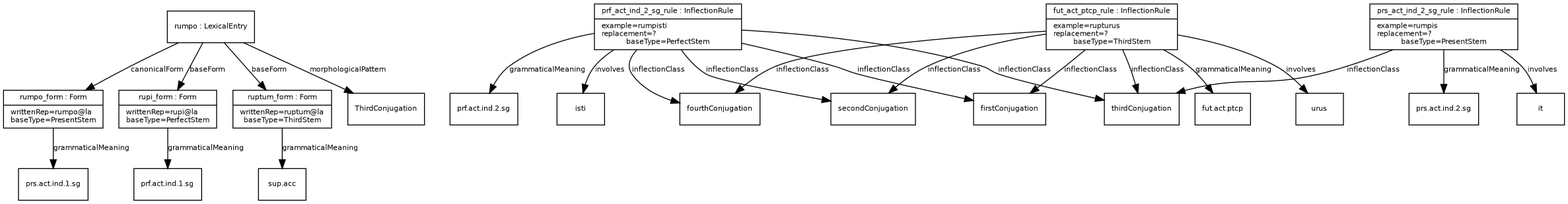
Above: examples/example_15.png in ontolex/morph (Graphviz), before the change. Its source is kept beside it as examples/example_15.dot.
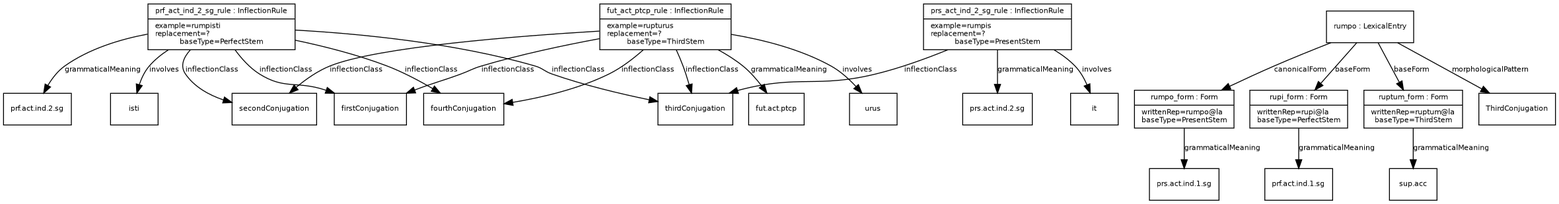
The same file after the commit.

Diff of the diagram source:
```diff
@@ -13,6 +13,28 @@
       fontsize = 8
     ]
 
+firstConjugation [ label="{firstConjugation}" ]
+prf_act_ind_2_sg_rule -> firstConjugation [ label="inflectionClass" ]
+secondConjugation [ label="{secondConjugation}" ]
+prf_act_ind_2_sg_rule -> secondConjugation [ label="inflectionClass" ]
+thirdConjugation [ label="{thirdConjugation}" ]
+prf_act_ind_2_sg_rule -> thirdConjugation [ label="inflectionClass" ]
+fourthConjugation [ label="{fourthConjugation}" ]
+prf_act_ind_2_sg_rule -> fourthConjugation [ label="inflectionClass" ]
+prfactind2sg [ label="{prf.act.ind.2.sg}" ]
+prf_act_ind_2_sg_rule -> prfactind2sg [ label="grammaticalMeaning" ]
+isti [ label="{isti}" ]
+prf_act_ind_2_sg_rule -> isti [ label="involves" ]
+prf_act_ind_2_sg_rule [ label="{prf_act_ind_2_sg_rule : InflectionRule|example=rumpisti\lreplacement=?\lbaseType=PerfectStem}" ]
+fut_act_ptcp_rule -> firstConjugation [ label="inflectionClass" ]
+fut_act_ptcp_rule -> secondConjugation [ label="inflectionClass" ]
+fut_act_ptcp_rule -> thirdConjugation [ label="inflectionClass" ]
+fut_act_ptcp_rule -> fourthConjugation [ label="inflectionClass" ]
+futactptcp [ label="{fut.act.ptcp}" ]
+fut_act_ptcp_rule -> futactptcp [ label="grammaticalMeaning" ]
+urus [ label="{urus}" ]
+fut_act_ptcp_rule -> urus [ label="involves" ]
+fut_act_ptcp_rule [ label="{fut_act_ptcp_rule : InflectionRule|example=rupturus\lreplacement=?\lbaseType=ThirdStem}" ]
 prsactind1sg [ label="{prs.act.ind.1.sg}" ]
 rumpo_form -> prsactind1sg [ label="grammaticalMeaning" ]
 rumpo_form [ label="{rumpo_form : Form|writtenRep=rumpo@la\lbaseType=PresentStem}" ]
@@ -28,32 +50,10 @@
 ThirdConjugation [ label="{ThirdConjugation}" ]
 rumpo -> ThirdConjugation [ label="morphologicalPattern" ]
 rumpo [ label="{rumpo : LexicalEntry}" ]
-firstConjugation [ label="{firstConjugation}" ]
-prf_act_ind_2_sg_rule -> firstConjugation [ label="inflectionClass" ]
-secondConjugation [ label="{secondConjugation}" ]
-prf_act_ind_2_sg_rule -> secondConjugation [ label="inflectionClass" ]
-thirdConjugation [ label="{thirdConjugation}" ]
-prf_act_ind_2_sg_rule -> thirdConjugation [ label="inflectionClass" ]
-fourthConjugation [ label="{fourthConjugation}" ]
-prf_act_ind_2_sg_rule -> fourthConjugation [ label="inflectionClass" ]
-prfactind2sg [ label="{prf.act.ind.2.sg}" ]
-prf_act_ind_2_sg_rule -> prfactind2sg [ label="grammaticalMeaning" ]
-isti [ label="{isti}" ]
-prf_act_ind_2_sg_rule -> isti [ label="involves" ]
-prf_act_ind_2_sg_rule [ label="{prf_act_ind_2_sg_rule : InflectionRule|example=rumpisti\lreplacement=?\lbaseType=PerfectStem}" ]
 prs_act_ind_2_sg_rule -> thirdConjugation [ label="inflectionClass" ]
 prsactind2sg [ label="{prs.act.ind.2.sg}" ]
 prs_act_ind_2_sg_rule -> prsactind2sg [ label="grammaticalMeaning" ]
 it [ label="{it}" ]
 prs_act_ind_2_sg_rule -> it [ label="involves" ]
 prs_act_ind_2_sg_rule [ label="{prs_act_ind_2_sg_rule : InflectionRule|example=rumpis\lreplacement=?\lbaseType=PresentStem}" ]
-fut_act_ptcp_rule -> firstConjugation [ label="inflectionClass" ]
-fut_act_ptcp_rule -> secondConjugation [ label="inflectionClass" ]
-fut_act_ptcp_rule -> thirdConjugation [ label="inflectionClass" ]
-fut_act_ptcp_rule -> fourthConjugation [ label="inflectionClass" ]
-futactptcp [ label="{fut.act.ptcp}" ]
-fut_act_ptcp_rule -> futactptcp [ label="grammaticalMeaning" ]
-urus [ label="{urus}" ]
-fut_act_ptcp_rule -> urus [ label="involves" ]
-fut_act_ptcp_rule [ label="{fut_act_ptcp_rule : InflectionRule|example=rupturus\lreplacement=?\lbaseType=ThirdStem}" ]
 }
```
